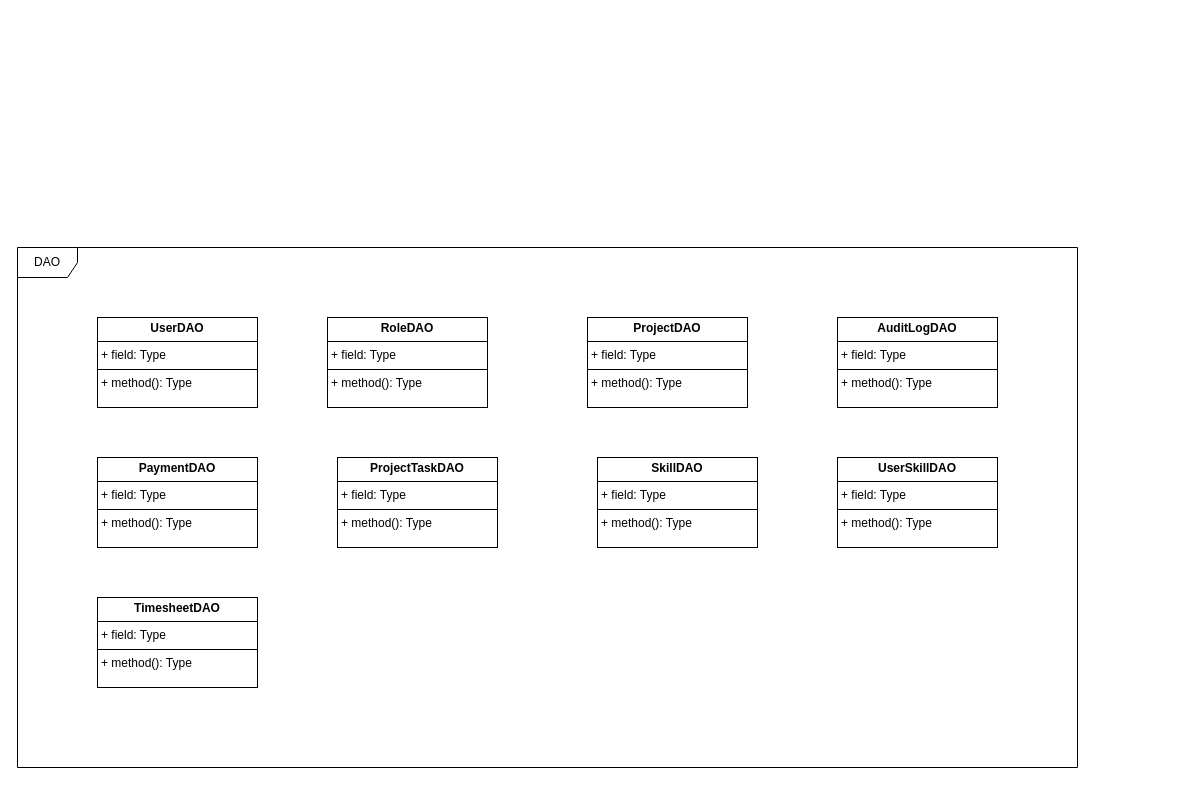
davide-vigano-tas/gestione_progetti keeps this draw.io diagram as gestione_progetti_uml.drawio. Above is the earlier version. Source tidied: cells renumbered, new cells numbered last; positions are measured from the earlier drawing's top-left corner, leaving out a move shared by most shapes. Both pictures are drawn from the tidied source at 100%, with x=0, y=0 at pixel (17, 247).
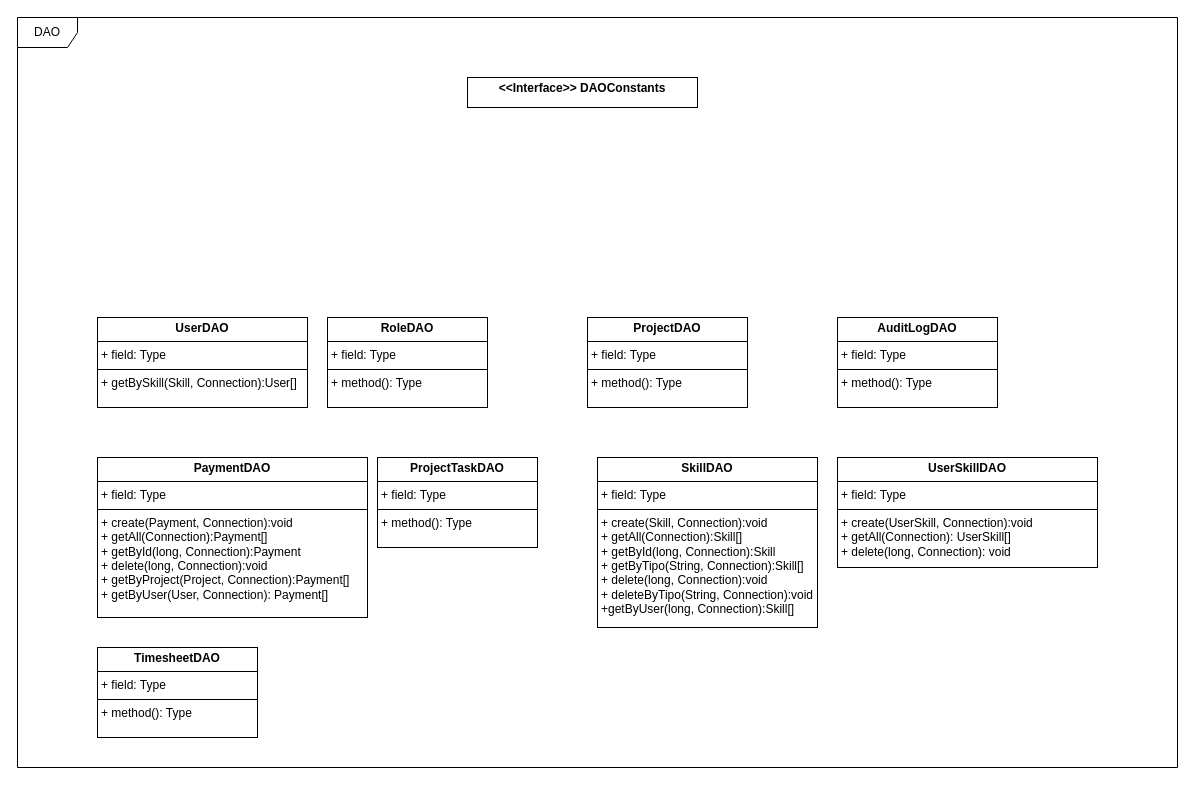
The same page after the edit.

What changed in the source:
```diff
@@
 <mxGraphModel>
   <root>
     <mxCell id="0" />
     <mxCell id="1" parent="0" />
-    <mxCell id="2" value="&lt;p style=&quot;margin:0px;margin-top:4px;text-align:center;&quot;&gt;&lt;b style=&quot;background-color: light-dark(#ffffff, var(--ge-dark-color, #121212));&quot;&gt;&lt;font style=&quot;color: rgb(0, 0, 0);&quot;&gt;UserDAO&lt;/font&gt;&lt;/b&gt;&lt;/p&gt;&lt;hr size=&quot;1&quot; style=&quot;border-style:solid;&quot;&gt;&lt;p style=&quot;margin:0px;margin-left:4px;&quot;&gt;+ field: Type&lt;/p&gt;&lt;hr size=&quot;1&quot; style=&quot;border-style:solid;&quot;&gt;&lt;p style=&quot;margin:0px;margin-left:4px;&quot;&gt;+ method(): Type&lt;/p&gt;" style="verticalAlign=top;align=left;overflow=fill;html=1;whiteSpace=wrap;" parent="1" vertex="1">
-      <mxGeometry x="80" y="70" width="160" height="90" as="geometry" />
+    <mxCell id="2" value="&lt;p style=&quot;margin:0px;margin-top:4px;text-align:center;&quot;&gt;&lt;b style=&quot;background-color: light-dark(#ffffff, var(--ge-dark-color, #121212));&quot;&gt;&lt;font style=&quot;color: rgb(0, 0, 0);&quot;&gt;UserDAO&lt;/font&gt;&lt;/b&gt;&lt;/p&gt;&lt;hr size=&quot;1&quot; style=&quot;border-style:solid;&quot;&gt;&lt;p style=&quot;margin:0px;margin-left:4px;&quot;&gt;+ field: Type&lt;/p&gt;&lt;hr size=&quot;1&quot; style=&quot;border-style:solid;&quot;&gt;&lt;p style=&quot;margin:0px;margin-left:4px;&quot;&gt;+ getBySkill(Skill, Connection):User[]&lt;/p&gt;" style="verticalAlign=top;align=left;overflow=fill;html=1;whiteSpace=wrap;" parent="1" vertex="1">
+      <mxGeometry x="80" y="70" width="210" height="90" as="geometry" />
     </mxCell>
     <mxCell id="3" value="DAO" style="shape=umlFrame;whiteSpace=wrap;html=1;" parent="1" vertex="1">
-      <mxGeometry width="1060" height="520" as="geometry" />
+      <mxGeometry y="-230" width="1160" height="750" as="geometry" />
     </mxCell>
     <mxCell id="4" value="&lt;p style=&quot;margin:0px;margin-top:4px;text-align:center;&quot;&gt;&lt;b&gt;RoleDAO&lt;/b&gt;&lt;/p&gt;&lt;hr size=&quot;1&quot; style=&quot;border-style:solid;&quot;&gt;&lt;p style=&quot;margin:0px;margin-left:4px;&quot;&gt;+ field: Type&lt;/p&gt;&lt;hr size=&quot;1&quot; style=&quot;border-style:solid;&quot;&gt;&lt;p style=&quot;margin:0px;margin-left:4px;&quot;&gt;+ method(): Type&lt;/p&gt;" style="verticalAlign=top;align=left;overflow=fill;html=1;whiteSpace=wrap;" parent="1" vertex="1">
       <mxGeometry x="310" y="70" width="160" height="90" as="geometry" />
     </mxCell>
     <mxCell id="5" value="&lt;p style=&quot;margin:0px;margin-top:4px;text-align:center;&quot;&gt;&lt;b style=&quot;background-color: light-dark(#ffffff, var(--ge-dark-color, #121212));&quot;&gt;&lt;font style=&quot;color: rgb(0, 0, 0);&quot;&gt;ProjectDAO&lt;/font&gt;&lt;/b&gt;&lt;/p&gt;&lt;hr size=&quot;1&quot; style=&quot;border-style:solid;&quot;&gt;&lt;p style=&quot;margin:0px;margin-left:4px;&quot;&gt;+ field: Type&lt;/p&gt;&lt;hr size=&quot;1&quot; style=&quot;border-style:solid;&quot;&gt;&lt;p style=&quot;margin:0px;margin-left:4px;&quot;&gt;+ method(): Type&lt;/p&gt;" style="verticalAlign=top;align=left;overflow=fill;html=1;whiteSpace=wrap;" parent="1" vertex="1">
       <mxGeometry x="570" y="70" width="160" height="90" as="geometry" />
     </mxCell>
     <mxCell id="6" value="&lt;p style=&quot;margin:0px;margin-top:4px;text-align:center;&quot;&gt;&lt;span style=&quot;background-color: rgb(255, 255, 255);&quot;&gt;&lt;b&gt;AuditLogDAO&lt;/b&gt;&lt;/span&gt;&lt;/p&gt;&lt;hr size=&quot;1&quot; style=&quot;border-style:solid;&quot;&gt;&lt;p style=&quot;margin:0px;margin-left:4px;&quot;&gt;+ field: Type&lt;/p&gt;&lt;hr size=&quot;1&quot; style=&quot;border-style:solid;&quot;&gt;&lt;p style=&quot;margin:0px;margin-left:4px;&quot;&gt;+ method(): Type&lt;/p&gt;" style="verticalAlign=top;align=left;overflow=fill;html=1;whiteSpace=wrap;" parent="1" vertex="1">
       <mxGeometry x="820" y="70" width="160" height="90" as="geometry" />
     </mxCell>
-    <mxCell id="7" value="&lt;p style=&quot;margin:0px;margin-top:4px;text-align:center;&quot;&gt;&lt;b style=&quot;background-color: light-dark(#ffffff, var(--ge-dark-color, #121212));&quot;&gt;&lt;font style=&quot;color: rgb(0, 0, 0);&quot;&gt;PaymentDAO&lt;/font&gt;&lt;/b&gt;&lt;/p&gt;&lt;hr size=&quot;1&quot; style=&quot;border-style:solid;&quot;&gt;&lt;p style=&quot;margin:0px;margin-left:4px;&quot;&gt;+ field: Type&lt;/p&gt;&lt;hr size=&quot;1&quot; style=&quot;border-style:solid;&quot;&gt;&lt;p style=&quot;margin:0px;margin-left:4px;&quot;&gt;+ method(): Type&lt;/p&gt;" style="verticalAlign=top;align=left;overflow=fill;html=1;whiteSpace=wrap;" parent="1" vertex="1">
-      <mxGeometry x="80" y="210" width="160" height="90" as="geometry" />
+    <mxCell id="7" value="&lt;p style=&quot;margin:0px;margin-top:4px;text-align:center;&quot;&gt;&lt;b style=&quot;background-color: light-dark(#ffffff, var(--ge-dark-color, #121212));&quot;&gt;&lt;font style=&quot;color: rgb(0, 0, 0);&quot;&gt;PaymentDAO&lt;/font&gt;&lt;/b&gt;&lt;/p&gt;&lt;hr size=&quot;1&quot; style=&quot;border-style:solid;&quot;&gt;&lt;p style=&quot;margin:0px;margin-left:4px;&quot;&gt;+ field: Type&lt;/p&gt;&lt;hr size=&quot;1&quot; style=&quot;border-style:solid;&quot;&gt;&lt;p style=&quot;margin:0px;margin-left:4px;&quot;&gt;+ create(Payment, Connection):void&lt;/p&gt;&lt;p style=&quot;margin:0px;margin-left:4px;&quot;&gt;+ getAll(Connection):Payment[]&lt;/p&gt;&lt;p style=&quot;margin:0px;margin-left:4px;&quot;&gt;+ getById(long, Connection):Payment&lt;/p&gt;&lt;p style=&quot;margin:0px;margin-left:4px;&quot;&gt;+ delete(long, Connection):void&lt;/p&gt;&lt;p style=&quot;margin:0px;margin-left:4px;&quot;&gt;+ getByProject(Project, Connection):Payment[]&lt;/p&gt;&lt;p style=&quot;margin:0px;margin-left:4px;&quot;&gt;+ getByUser(User, Connection): Payment[]&lt;/p&gt;&lt;p style=&quot;margin:0px;margin-left:4px;&quot;&gt;&lt;br&gt;&lt;/p&gt;" style="verticalAlign=top;align=left;overflow=fill;html=1;whiteSpace=wrap;" parent="1" vertex="1">
+      <mxGeometry x="80" y="210" width="270" height="160" as="geometry" />
     </mxCell>
     <mxCell id="8" value="&lt;p style=&quot;margin:0px;margin-top:4px;text-align:center;&quot;&gt;&lt;span style=&quot;background-color: rgb(255, 255, 255);&quot;&gt;&lt;b&gt;ProjectTaskDAO&lt;/b&gt;&lt;/span&gt;&lt;/p&gt;&lt;hr size=&quot;1&quot; style=&quot;border-style:solid;&quot;&gt;&lt;p style=&quot;margin:0px;margin-left:4px;&quot;&gt;+ field: Type&lt;/p&gt;&lt;hr size=&quot;1&quot; style=&quot;border-style:solid;&quot;&gt;&lt;p style=&quot;margin:0px;margin-left:4px;&quot;&gt;+ method(): Type&lt;/p&gt;" style="verticalAlign=top;align=left;overflow=fill;html=1;whiteSpace=wrap;" parent="1" vertex="1">
-      <mxGeometry x="320" y="210" width="160" height="90" as="geometry" />
+      <mxGeometry x="360" y="210" width="160" height="90" as="geometry" />
     </mxCell>
-    <mxCell id="9" value="&lt;p style=&quot;margin:0px;margin-top:4px;text-align:center;&quot;&gt;&lt;b style=&quot;background-color: light-dark(#ffffff, var(--ge-dark-color, #121212));&quot;&gt;&lt;font style=&quot;color: rgb(0, 0, 0);&quot;&gt;SkillDAO&lt;/font&gt;&lt;/b&gt;&lt;/p&gt;&lt;hr size=&quot;1&quot; style=&quot;border-style:solid;&quot;&gt;&lt;p style=&quot;margin:0px;margin-left:4px;&quot;&gt;+ field: Type&lt;/p&gt;&lt;hr size=&quot;1&quot; style=&quot;border-style:solid;&quot;&gt;&lt;p style=&quot;margin:0px;margin-left:4px;&quot;&gt;+ method(): Type&lt;/p&gt;" style="verticalAlign=top;align=left;overflow=fill;html=1;whiteSpace=wrap;" parent="1" vertex="1">
-      <mxGeometry x="580" y="210" width="160" height="90" as="geometry" />
+    <mxCell id="9" value="&lt;p style=&quot;margin:0px;margin-top:4px;text-align:center;&quot;&gt;&lt;b style=&quot;background-color: light-dark(#ffffff, var(--ge-dark-color, #121212));&quot;&gt;&lt;font style=&quot;color: rgb(0, 0, 0);&quot;&gt;SkillDAO&lt;/font&gt;&lt;/b&gt;&lt;/p&gt;&lt;hr size=&quot;1&quot; style=&quot;border-style:solid;&quot;&gt;&lt;p style=&quot;margin:0px;margin-left:4px;&quot;&gt;+ field: Type&lt;/p&gt;&lt;hr size=&quot;1&quot; style=&quot;border-style:solid;&quot;&gt;&lt;p style=&quot;margin:0px;margin-left:4px;&quot;&gt;+ create(Skill, Connection):void&lt;/p&gt;&lt;p style=&quot;margin:0px;margin-left:4px;&quot;&gt;+ getAll(Connection):Skill[]&lt;/p&gt;&lt;p style=&quot;margin:0px;margin-left:4px;&quot;&gt;+ getById(long, Connection):Skill&lt;/p&gt;&lt;p style=&quot;margin:0px;margin-left:4px;&quot;&gt;+ getByTipo(String, Connection):Skill[]&lt;/p&gt;&lt;p style=&quot;margin:0px;margin-left:4px;&quot;&gt;+ delete(long, Connection):void&lt;/p&gt;&lt;p style=&quot;margin:0px;margin-left:4px;&quot;&gt;+ deleteByTipo(String, Connection):void&lt;/p&gt;&lt;p style=&quot;margin:0px;margin-left:4px;&quot;&gt;+getByUser(long, Connection):Skill[]&lt;/p&gt;" style="verticalAlign=top;align=left;overflow=fill;html=1;whiteSpace=wrap;" parent="1" vertex="1">
+      <mxGeometry x="580" y="210" width="220" height="170" as="geometry" />
     </mxCell>
-    <mxCell id="10" value="&lt;p style=&quot;margin:0px;margin-top:4px;text-align:center;&quot;&gt;&lt;b style=&quot;background-color: light-dark(#ffffff, var(--ge-dark-color, #121212));&quot;&gt;&lt;font style=&quot;color: rgb(0, 0, 0);&quot;&gt;UserSkillDAO&lt;/font&gt;&lt;/b&gt;&lt;/p&gt;&lt;hr size=&quot;1&quot; style=&quot;border-style:solid;&quot;&gt;&lt;p style=&quot;margin:0px;margin-left:4px;&quot;&gt;+ field: Type&lt;/p&gt;&lt;hr size=&quot;1&quot; style=&quot;border-style:solid;&quot;&gt;&lt;p style=&quot;margin:0px;margin-left:4px;&quot;&gt;+ method(): Type&lt;/p&gt;" style="verticalAlign=top;align=left;overflow=fill;html=1;whiteSpace=wrap;" parent="1" vertex="1">
-      <mxGeometry x="820" y="210" width="160" height="90" as="geometry" />
+    <mxCell id="10" value="&lt;p style=&quot;margin:0px;margin-top:4px;text-align:center;&quot;&gt;&lt;b style=&quot;background-color: light-dark(#ffffff, var(--ge-dark-color, #121212));&quot;&gt;&lt;font style=&quot;color: rgb(0, 0, 0);&quot;&gt;UserSkillDAO&lt;/font&gt;&lt;/b&gt;&lt;/p&gt;&lt;hr size=&quot;1&quot; style=&quot;border-style:solid;&quot;&gt;&lt;p style=&quot;margin:0px;margin-left:4px;&quot;&gt;+ field: Type&lt;/p&gt;&lt;hr size=&quot;1&quot; style=&quot;border-style:solid;&quot;&gt;&lt;p style=&quot;margin:0px;margin-left:4px;&quot;&gt;+ create(UserSkill, Connection):void&lt;/p&gt;&lt;p style=&quot;margin:0px;margin-left:4px;&quot;&gt;+ getAll(Connection): UserSkill[]&lt;/p&gt;&lt;p style=&quot;margin:0px;margin-left:4px;&quot;&gt;+ delete(long, Connection): void&lt;/p&gt;" style="verticalAlign=top;align=left;overflow=fill;html=1;whiteSpace=wrap;" parent="1" vertex="1">
+      <mxGeometry x="820" y="210" width="260" height="110" as="geometry" />
     </mxCell>
     <mxCell id="11" value="&lt;p style=&quot;margin:0px;margin-top:4px;text-align:center;&quot;&gt;&lt;span style=&quot;background-color: rgb(255, 255, 255);&quot;&gt;&lt;b&gt;TimesheetDAO&lt;/b&gt;&lt;/span&gt;&lt;/p&gt;&lt;hr size=&quot;1&quot; style=&quot;border-style:solid;&quot;&gt;&lt;p style=&quot;margin:0px;margin-left:4px;&quot;&gt;+ field: Type&lt;/p&gt;&lt;hr size=&quot;1&quot; style=&quot;border-style:solid;&quot;&gt;&lt;p style=&quot;margin:0px;margin-left:4px;&quot;&gt;+ method(): Type&lt;/p&gt;" style="verticalAlign=top;align=left;overflow=fill;html=1;whiteSpace=wrap;" parent="1" vertex="1">
-      <mxGeometry x="80" y="350" width="160" height="90" as="geometry" />
+      <mxGeometry x="80" y="400" width="160" height="90" as="geometry" />
     </mxCell>
+    <mxCell id="12" value="&lt;p style=&quot;margin:0px;margin-top:4px;text-align:center;&quot;&gt;&lt;b&gt;&amp;lt;&amp;lt;Interface&amp;gt;&amp;gt; DAOConstants&lt;/b&gt;&lt;/p&gt;" style="verticalAlign=top;align=left;overflow=fill;html=1;whiteSpace=wrap;" parent="1" vertex="1">
+      <mxGeometry x="450" y="-170" width="230" height="30" as="geometry" />
+    </mxCell>
   </root>
 </mxGraphModel>
```
